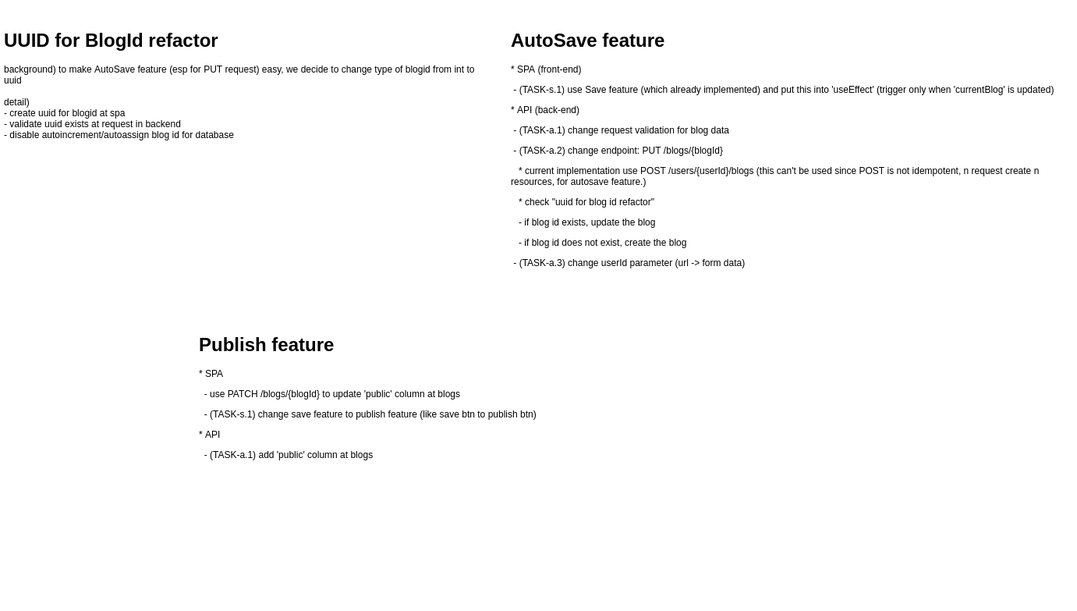
stsiwo/sts_blogs keeps this draw.io diagram as AutoSave_Publish_Feature.PNG. Above is the earlier version. Source tidied: cells renumbered, new cells last; positions are measured from the earlier drawing's top-left corner, leaving out a move shared by most shapes.
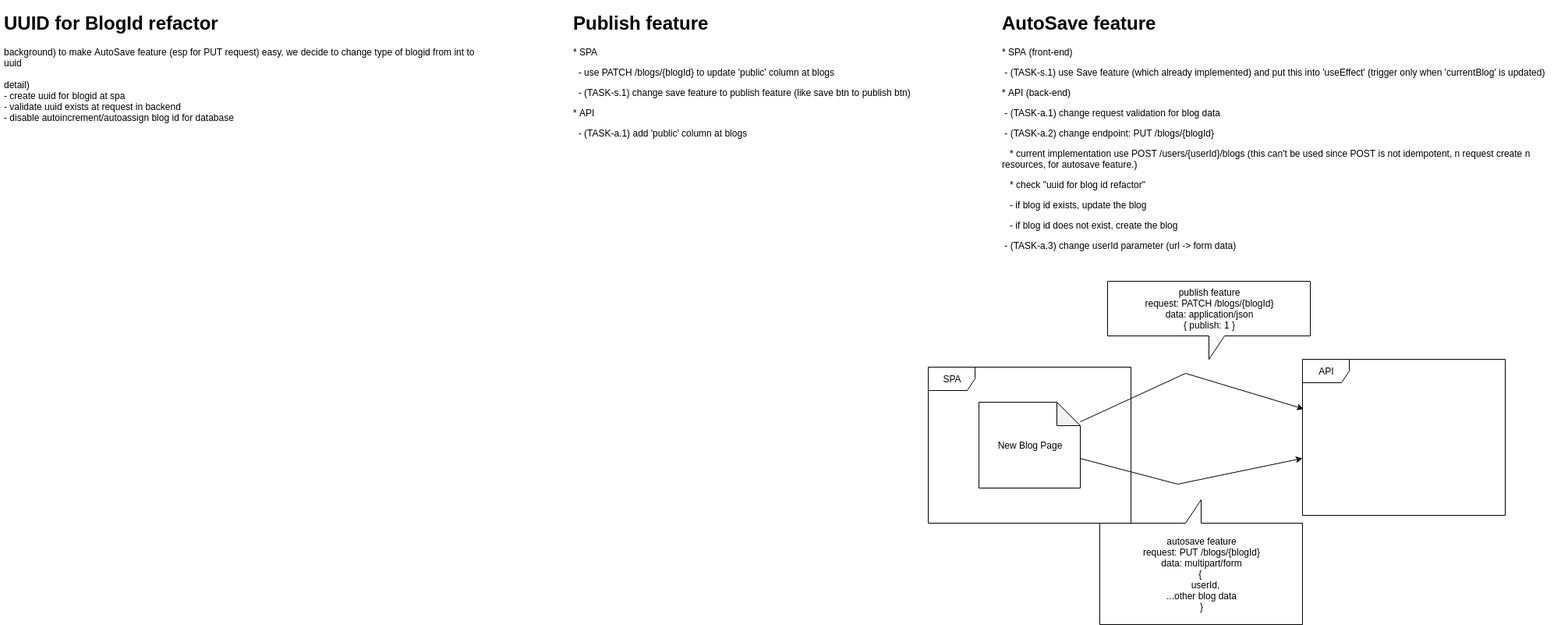
Above is the later version.

What changed in the source:
```diff
@@ -3,16 +3,45 @@
     <mxCell id="0" />
     <mxCell id="1" parent="0" />
     <mxCell id="2" value="&lt;h1&gt;AutoSave feature&lt;/h1&gt;&lt;p&gt;* SPA (front-end)&lt;/p&gt;&lt;p&gt;&amp;nbsp;- (TASK-s.1) use Save feature (which already implemented) and put this into 'useEffect' (trigger only when 'currentBlog' is updated)&lt;/p&gt;&lt;p&gt;* API (back-end)&lt;/p&gt;&lt;p&gt;&amp;nbsp;- (TASK-a.1) change request validation for blog data&lt;/p&gt;&lt;p&gt;&amp;nbsp;- (TASK-a.2) change endpoint: PUT /blogs/{blogId}&amp;nbsp;&lt;/p&gt;&lt;p&gt;&amp;nbsp; &amp;nbsp;* current implementation use POST /users/{userId}/blogs (this can't be used since POST is not idempotent, n request create n resources, for autosave feature.)&amp;nbsp;&lt;/p&gt;&lt;p&gt;&amp;nbsp; &amp;nbsp;* check &quot;uuid for blog id refactor&quot;&amp;nbsp;&lt;/p&gt;&lt;p&gt;&amp;nbsp; &amp;nbsp;- if blog id exists, update the blog&lt;/p&gt;&lt;p&gt;&amp;nbsp; &amp;nbsp;- if blog id does not exist, create the blog&lt;/p&gt;&lt;p&gt;&amp;nbsp;- (TASK-a.3) change userId parameter (url -&amp;gt; form data)&lt;/p&gt;" style="text;html=1;strokeColor=none;fillColor=none;spacing=5;spacingTop=-20;whiteSpace=wrap;overflow=hidden;rounded=0;" parent="1" vertex="1">
-      <mxGeometry x="650" y="32" width="730" height="360" as="geometry" />
+      <mxGeometry x="810" y="-368" width="730" height="360" as="geometry" />
     </mxCell>
     <mxCell id="3" value="&lt;h1&gt;UUID for BlogId refactor&lt;/h1&gt;&lt;div&gt;background) to make AutoSave feature (esp for PUT request) easy, we decide to change type of blogid from int to uuid&lt;/div&gt;&lt;div&gt;&lt;br&gt;&lt;/div&gt;&lt;div&gt;detail)&lt;/div&gt;&lt;div&gt;- create uuid for blogid at spa&lt;/div&gt;&lt;div&gt;- validate uuid exists at request in backend&lt;/div&gt;&lt;div&gt;- disable autoincrement/autoassign blog id for database&lt;/div&gt;&lt;div&gt;&lt;br&gt;&lt;/div&gt;" style="text;html=1;strokeColor=none;fillColor=none;spacing=5;spacingTop=-20;whiteSpace=wrap;overflow=hidden;rounded=0;" parent="1" vertex="1">
-      <mxGeometry y="32" width="620" height="190" as="geometry" />
+      <mxGeometry x="-470" y="-368" width="620" height="190" as="geometry" />
     </mxCell>
     <mxCell id="4" value="&lt;h1&gt;Publish feature&lt;/h1&gt;&lt;p&gt;* SPA&lt;/p&gt;&lt;p&gt;&amp;nbsp; - use PATCH /blogs/{blogId} to update 'public' column at blogs&lt;/p&gt;&lt;p&gt;&amp;nbsp; - (TASK-s.1) change save feature to publish feature (like save btn to publish btn)&lt;/p&gt;&lt;p&gt;* API&amp;nbsp;&lt;/p&gt;&lt;p&gt;&amp;nbsp; - (TASK-a.1) add 'public' column at blogs&amp;nbsp;&lt;/p&gt;" style="text;html=1;strokeColor=none;fillColor=none;spacing=5;spacingTop=-20;whiteSpace=wrap;overflow=hidden;rounded=0;" parent="1" vertex="1">
-      <mxGeometry x="250" y="422" width="730" height="360" as="geometry" />
+      <mxGeometry x="260" y="-368" width="730" height="200" as="geometry" />
     </mxCell>
     <mxCell id="5" value="&amp;nbsp; &amp;nbsp; &amp;nbsp; &amp;nbsp; &amp;nbsp; &amp;nbsp; &amp;nbsp; &amp;nbsp; &amp;nbsp; &amp;nbsp; &amp;nbsp; &amp;nbsp; &amp;nbsp; &amp;nbsp; &amp;nbsp; &amp;nbsp;&amp;nbsp;" style="text;html=1;align=center;verticalAlign=middle;" parent="1" vertex="1">
       <mxGeometry x="234" width="120" height="20" as="geometry" />
     </mxCell>
+    <mxCell id="6" value="SPA" style="shape=umlFrame;whiteSpace=wrap;html=1;" parent="1" vertex="1">
+      <mxGeometry x="720" y="92" width="260" height="200" as="geometry" />
+    </mxCell>
+    <mxCell id="7" style="rounded=0;jettySize=auto;html=1;entryX=0.006;entryY=0.318;entryDx=0;entryDy=0;entryPerimeter=0;" parent="1" edge="1" source="9" target="10">
+      <mxGeometry relative="1" as="geometry">
+        <Array as="points">
+          <mxPoint x="1050" y="100" />
+        </Array>
+      </mxGeometry>
+    </mxCell>
+    <mxCell id="8" style="edgeStyle=none;rounded=0;jettySize=auto;html=1;" parent="1" edge="1" source="9" target="10">
+      <mxGeometry relative="1" as="geometry">
+        <Array as="points">
+          <mxPoint x="1040" y="242" />
+        </Array>
+      </mxGeometry>
+    </mxCell>
+    <mxCell id="9" value="New Blog Page" style="shape=note;whiteSpace=wrap;html=1;backgroundOutline=1;darkOpacity=0.05;" parent="1" vertex="1">
+      <mxGeometry x="785" y="137" width="130" height="110" as="geometry" />
+    </mxCell>
+    <mxCell id="10" value="API" style="shape=umlFrame;whiteSpace=wrap;html=1;" parent="1" vertex="1">
+      <mxGeometry x="1200" y="82" width="260" height="200" as="geometry" />
+    </mxCell>
+    <mxCell id="11" value="publish feature&lt;br&gt;request: PATCH /blogs/{blogId}&lt;br&gt;data: application/json&lt;br&gt;{ publish: 1 }" style="shape=callout;whiteSpace=wrap;html=1;perimeter=calloutPerimeter;" parent="1" vertex="1">
+      <mxGeometry x="950" y="-18" width="260" height="100" as="geometry" />
+    </mxCell>
+    <mxCell id="12" value="autosave feature&lt;br&gt;request: PUT /blogs/{blogId}&lt;br&gt;data: multipart/form&lt;br&gt;{&amp;nbsp;&lt;br&gt;&amp;nbsp; &amp;nbsp;userId,&lt;br&gt;...other blog data&lt;br&gt;}" style="shape=callout;whiteSpace=wrap;html=1;perimeter=calloutPerimeter;direction=west;" parent="1" vertex="1">
+      <mxGeometry x="940" y="262" width="260" height="160" as="geometry" />
+    </mxCell>
   </root>
 </mxGraphModel>
```
